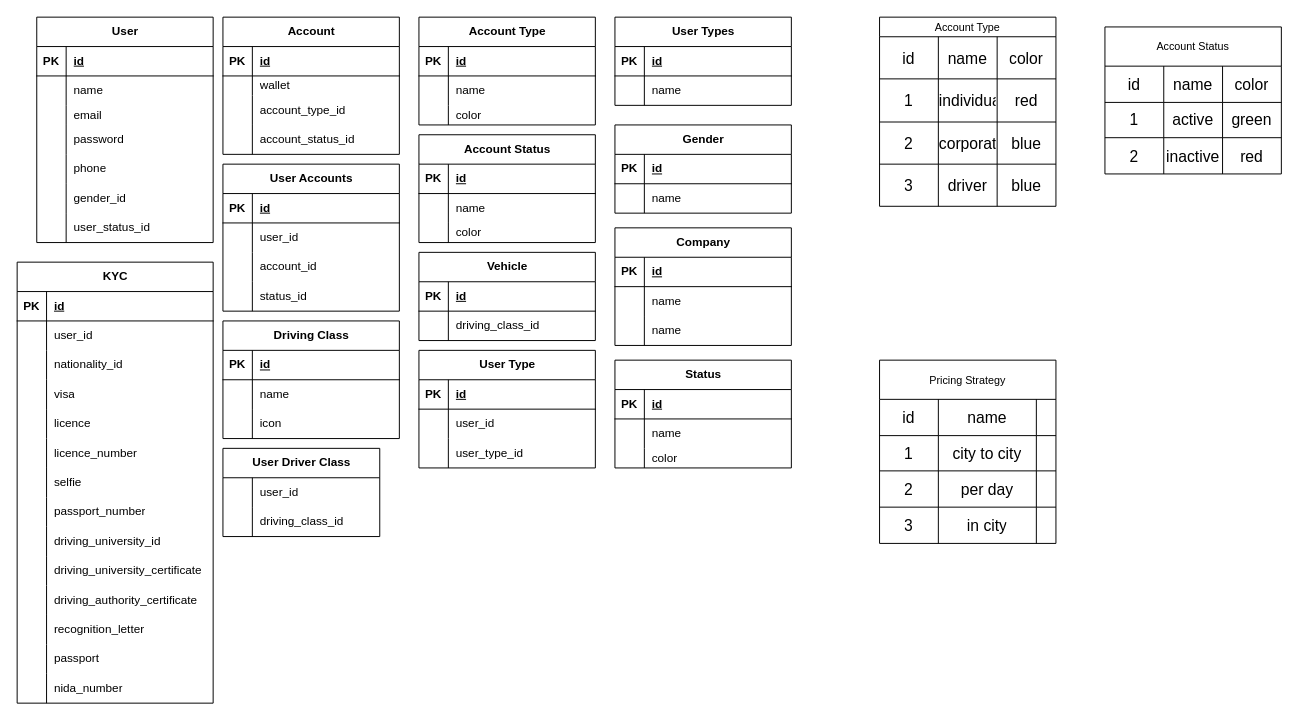
The draw.io diagram irison_db.drawio in gmako6/irison, before the edit. Source tidied: cells renumbered, new cells numbered last; positions are measured from the earlier drawing's top-left corner, leaving out a move shared by most shapes. Both pictures are drawn from the tidied source at 98%, with x=0, y=0 at pixel (17, 17).
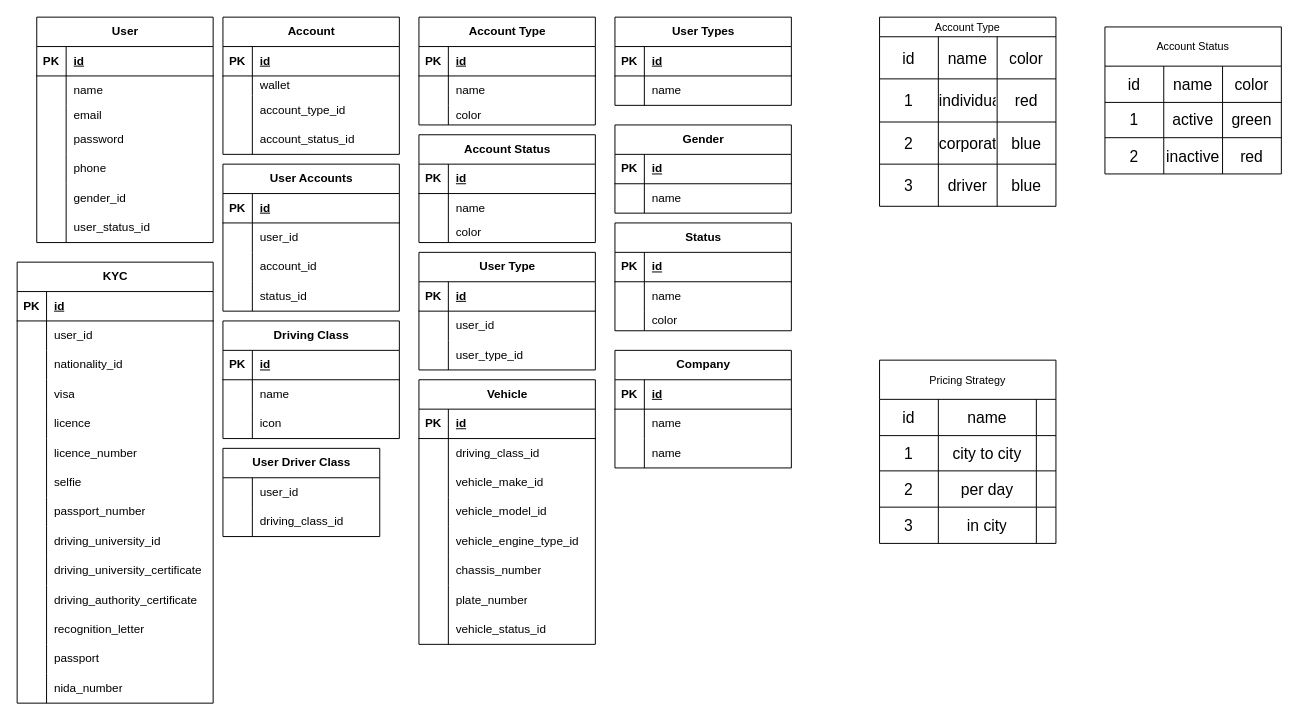
The same diagram, later.

What changed in the source:
```diff
@@
     <mxCell id="161" value="Vehicle" style="shape=table;startSize=30;childLayout=tableLayout;rowLines=0;fontStyle=1;align=center;html=1;" parent="1" vertex="1">
-      <mxGeometry x="410" y="240" width="180" height="90" as="geometry" />
+      <mxGeometry x="410" y="370" width="180" height="270" as="geometry" />
     </mxCell>
@@
+    <mxCell id="228" style="shape=tableRow;horizontal=0;startSize=0;swimlaneHead=0;swimlaneBody=0;fillColor=none;top=0;left=0;right=0;bottom=0;" parent="161" vertex="1">
+      <mxGeometry y="90" width="180" height="30" as="geometry" />
+    </mxCell>
+    <mxCell id="229" style="shape=partialRectangle;fillColor=none;top=0;left=0;bottom=0;right=0;overflow=hidden;whiteSpace=wrap;html=1;" parent="228" vertex="1">
+      <mxGeometry width="30" height="30" as="geometry" />
+    </mxCell>
+    <mxCell id="230" value="vehicle_make_id" style="shape=partialRectangle;fillColor=none;top=0;left=0;bottom=0;right=0;align=left;spacingLeft=6;overflow=hidden;whiteSpace=wrap;html=1;" parent="228" vertex="1">
+      <mxGeometry x="30" width="150" height="30" as="geometry" />
+    </mxCell>
+    <mxCell id="231" style="shape=tableRow;horizontal=0;startSize=0;swimlaneHead=0;swimlaneBody=0;fillColor=none;top=0;left=0;right=0;bottom=0;" parent="161" vertex="1">
+      <mxGeometry y="120" width="180" height="30" as="geometry" />
+    </mxCell>
+    <mxCell id="232" style="shape=partialRectangle;fillColor=none;top=0;left=0;bottom=0;right=0;overflow=hidden;whiteSpace=wrap;html=1;" parent="231" vertex="1">
+      <mxGeometry width="30" height="30" as="geometry" />
+    </mxCell>
+    <mxCell id="233" value="vehicle_model_id" style="shape=partialRectangle;fillColor=none;top=0;left=0;bottom=0;right=0;align=left;spacingLeft=6;overflow=hidden;whiteSpace=wrap;html=1;" parent="231" vertex="1">
+      <mxGeometry x="30" width="150" height="30" as="geometry" />
+    </mxCell>
+    <mxCell id="234" style="shape=tableRow;horizontal=0;startSize=0;swimlaneHead=0;swimlaneBody=0;fillColor=none;top=0;left=0;right=0;bottom=0;" parent="161" vertex="1">
+      <mxGeometry y="150" width="180" height="30" as="geometry" />
+    </mxCell>
+    <mxCell id="235" style="shape=partialRectangle;fillColor=none;top=0;left=0;bottom=0;right=0;overflow=hidden;whiteSpace=wrap;html=1;" parent="234" vertex="1">
+      <mxGeometry width="30" height="30" as="geometry" />
+    </mxCell>
+    <mxCell id="236" value="vehicle_engine_type_id" style="shape=partialRectangle;fillColor=none;top=0;left=0;bottom=0;right=0;align=left;spacingLeft=6;overflow=hidden;whiteSpace=wrap;html=1;" parent="234" vertex="1">
+      <mxGeometry x="30" width="150" height="30" as="geometry" />
+    </mxCell>
+    <mxCell id="237" style="shape=tableRow;horizontal=0;startSize=0;swimlaneHead=0;swimlaneBody=0;fillColor=none;top=0;left=0;right=0;bottom=0;" parent="161" vertex="1">
+      <mxGeometry y="180" width="180" height="30" as="geometry" />
+    </mxCell>
+    <mxCell id="238" style="shape=partialRectangle;fillColor=none;top=0;left=0;bottom=0;right=0;overflow=hidden;whiteSpace=wrap;html=1;" parent="237" vertex="1">
+      <mxGeometry width="30" height="30" as="geometry" />
+    </mxCell>
+    <mxCell id="239" value="chassis_number" style="shape=partialRectangle;fillColor=none;top=0;left=0;bottom=0;right=0;align=left;spacingLeft=6;overflow=hidden;whiteSpace=wrap;html=1;" parent="237" vertex="1">
+      <mxGeometry x="30" width="150" height="30" as="geometry" />
+    </mxCell>
+    <mxCell id="240" style="shape=tableRow;horizontal=0;startSize=0;swimlaneHead=0;swimlaneBody=0;fillColor=none;top=0;left=0;right=0;bottom=0;" parent="161" vertex="1">
+      <mxGeometry y="210" width="180" height="30" as="geometry" />
+    </mxCell>
+    <mxCell id="241" style="shape=partialRectangle;fillColor=none;top=0;left=0;bottom=0;right=0;overflow=hidden;whiteSpace=wrap;html=1;" parent="240" vertex="1">
+      <mxGeometry width="30" height="30" as="geometry" />
+    </mxCell>
+    <mxCell id="242" value="plate_number" style="shape=partialRectangle;fillColor=none;top=0;left=0;bottom=0;right=0;align=left;spacingLeft=6;overflow=hidden;whiteSpace=wrap;html=1;" parent="240" vertex="1">
+      <mxGeometry x="30" width="150" height="30" as="geometry" />
+    </mxCell>
+    <mxCell id="243" style="shape=tableRow;horizontal=0;startSize=0;swimlaneHead=0;swimlaneBody=0;fillColor=none;top=0;left=0;right=0;bottom=0;" parent="161" vertex="1">
+      <mxGeometry y="240" width="180" height="30" as="geometry" />
+    </mxCell>
+    <mxCell id="244" style="shape=partialRectangle;fillColor=none;top=0;left=0;bottom=0;right=0;overflow=hidden;whiteSpace=wrap;html=1;" parent="243" vertex="1">
+      <mxGeometry width="30" height="30" as="geometry" />
+    </mxCell>
+    <mxCell id="245" value="vehicle_status_id" style="shape=partialRectangle;fillColor=none;top=0;left=0;bottom=0;right=0;align=left;spacingLeft=6;overflow=hidden;whiteSpace=wrap;html=1;" parent="243" vertex="1">
+      <mxGeometry x="30" width="150" height="30" as="geometry" />
+    </mxCell>
@@
     <mxCell id="185" value="User Type" style="shape=table;startSize=30;childLayout=tableLayout;rowLines=0;fontStyle=1;align=center;html=1;" parent="1" vertex="1">
-      <mxGeometry x="410" y="340" width="180" height="120" as="geometry" />
+      <mxGeometry x="410" y="240" width="180" height="120" as="geometry" />
     </mxCell>
@@
     <mxCell id="195" value="Company" style="shape=table;startSize=30;childLayout=tableLayout;rowLines=0;fontStyle=1;align=center;html=1;" parent="1" vertex="1">
-      <mxGeometry x="610" y="215" width="180" height="120" as="geometry" />
+      <mxGeometry x="610" y="340" width="180" height="120" as="geometry" />
     </mxCell>
@@
     <mxCell id="218" value="Status" style="shape=table;startSize=30;childLayout=tableLayout;rowLines=0;fontStyle=1;align=center;html=1;" parent="1" vertex="1">
-      <mxGeometry x="610" y="350" width="180" height="110" as="geometry" />
+      <mxGeometry x="610" y="210" width="180" height="110" as="geometry" />
     </mxCell>
```
